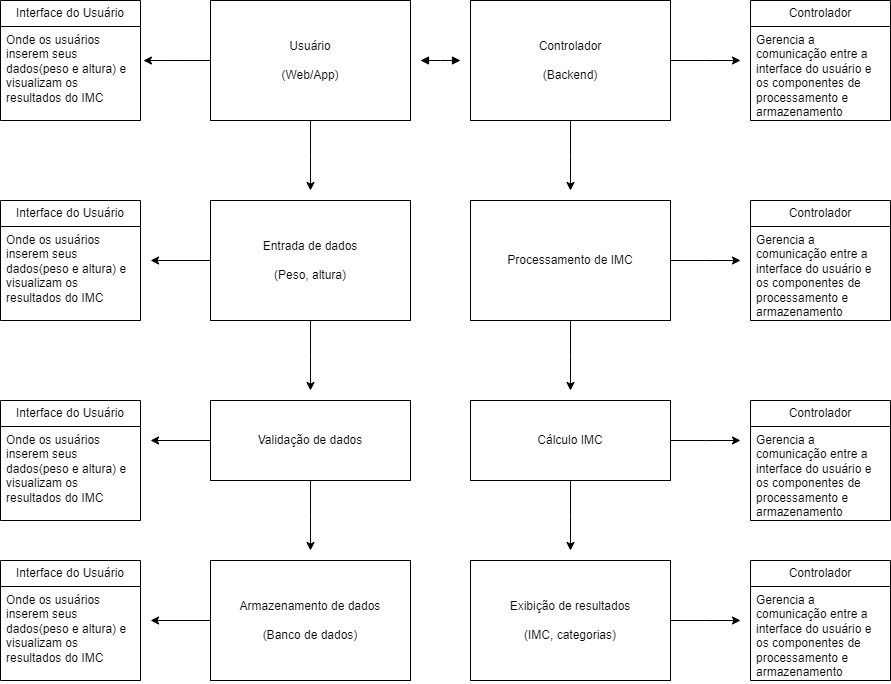
Above: Imc.drawio.png in Zaibam/Desenvolvimento-De-Sistemas-1 (draw.io), before the change. Source tidied: cells renumbered, new cells last; positions are measured from the earlier drawing's top-left corner, leaving out a move shared by most shapes.
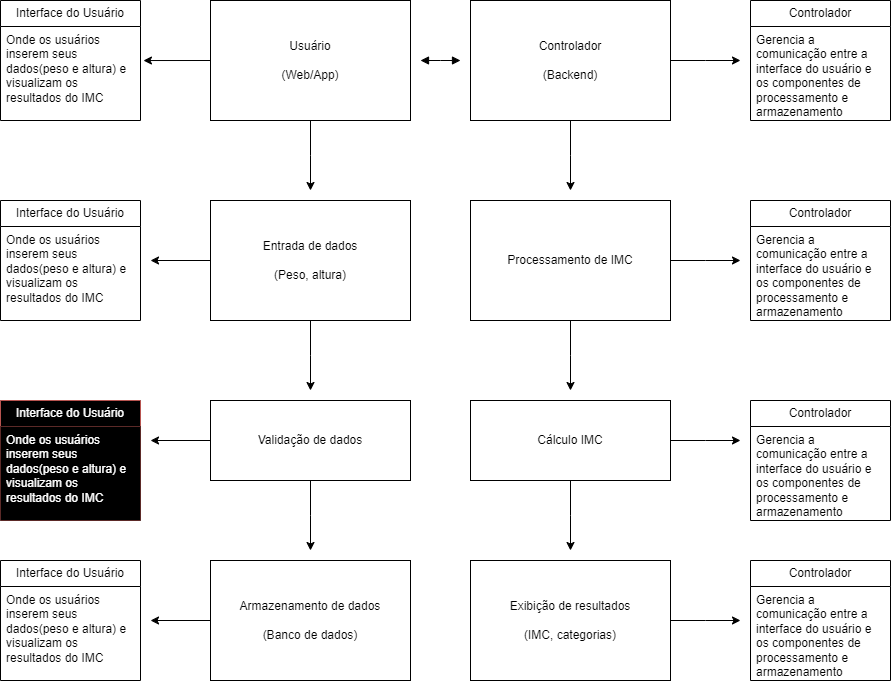
Above is the later version.

The edit, as a diff of the source:
```diff
@@ -139,10 +139,10 @@
     <mxCell id="36" value="Gerencia a comunicação entre a interface do usuário e os componentes de processamento e armazenamento" style="text;strokeColor=none;fillColor=none;align=left;verticalAlign=top;spacingLeft=4;spacingRight=4;overflow=hidden;whiteSpace=wrap;html=1;" parent="35" vertex="1">
       <mxGeometry y="26" width="140" height="94" as="geometry" />
     </mxCell>
-    <mxCell id="37" value="Interface do Usuário" style="swimlane;fontStyle=0;horizontal=1;startSize=26;fillColor=none;whiteSpace=wrap;html=1;" parent="1" vertex="1">
+    <mxCell id="37" value="Interface do Usuário" style="swimlane;fontStyle=0;horizontal=1;startSize=26;fillColor=#000000;whiteSpace=wrap;html=1;strokeColor=#b85450;fontColor=#FFFFFF;" parent="1" vertex="1">
       <mxGeometry y="400" width="140" height="120" as="geometry" />
     </mxCell>
-    <mxCell id="38" value="Onde os usuários inserem seus dados(peso e altura) e visualizam os resultados do IMC" style="text;strokeColor=none;fillColor=none;align=left;verticalAlign=top;spacingLeft=4;spacingRight=4;overflow=hidden;whiteSpace=wrap;html=1;" parent="37" vertex="1">
+    <mxCell id="38" value="Onde os usuários inserem seus dados(peso e altura) e visualizam os resultados do IMC" style="text;strokeColor=none;fillColor=#000000;align=left;verticalAlign=top;spacingLeft=4;spacingRight=4;overflow=hidden;whiteSpace=wrap;html=1;fontColor=#FFFFFF;" parent="37" vertex="1">
       <mxGeometry y="26" width="140" height="94" as="geometry" />
     </mxCell>
     <mxCell id="39" value="Interface do Usuário" style="swimlane;fontStyle=0;horizontal=1;startSize=26;fillColor=none;whiteSpace=wrap;html=1;" parent="1" vertex="1">
```
